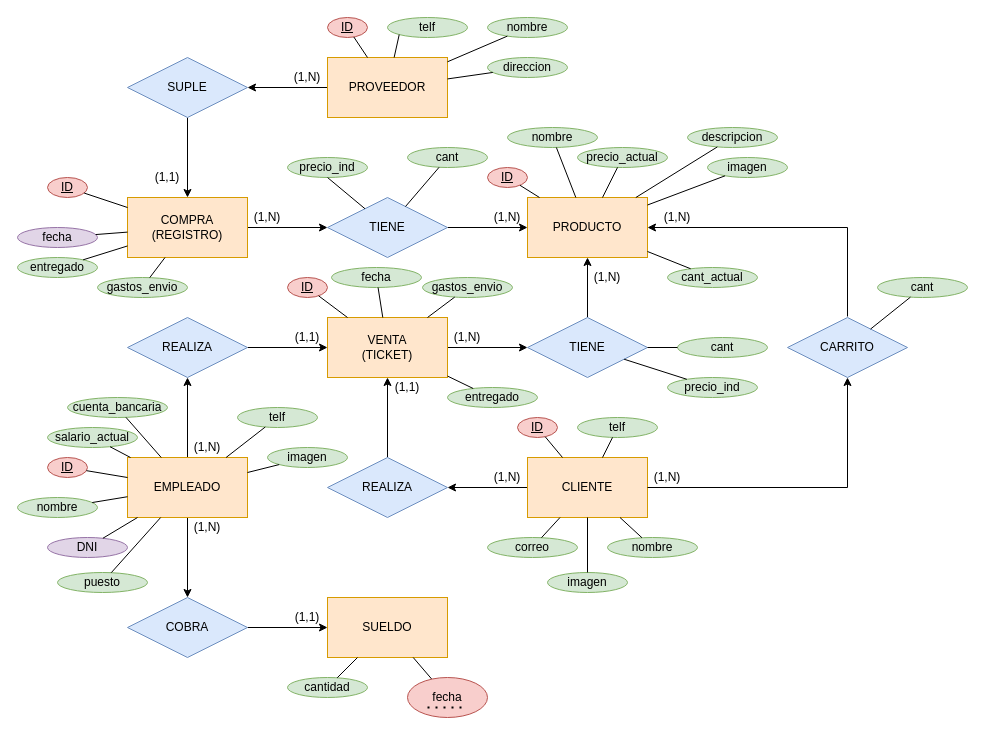
AntonioCrespo2605/2DAM keeps this draw.io diagram as Proyectos Android Studio/ERP/mereERP.drawio. Above is the earlier version. Source tidied: cells renumbered, new cells numbered last; positions are measured from the earlier drawing's top-left corner, leaving out a move shared by most shapes. Both pictures are drawn from the tidied source at 100%, with x=0, y=0 at pixel (17, 17).
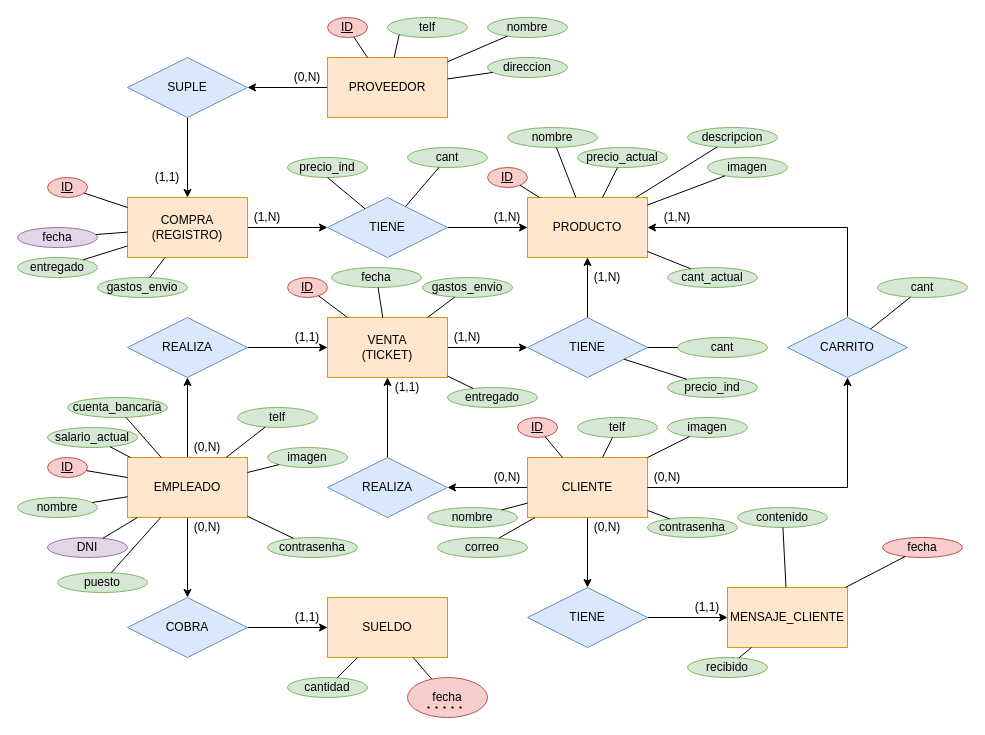
The same diagram, later.

Unchanged cells that the change refers to:
```xml
<mxCell id="8" value="CLIENTE" style="rounded=0;whiteSpace=wrap;html=1;fillColor=#ffe6cc;strokeColor=#d79b00;" parent="1" vertex="1">
  <mxGeometry x="510" y="440" width="120" height="60" as="geometry" />
</mxCell>
<mxCell id="11" value="EMPLEADO" style="rounded=0;whiteSpace=wrap;html=1;fillColor=#ffe6cc;strokeColor=#d79b00;" parent="1" vertex="1">
  <mxGeometry x="110" y="440" width="120" height="60" as="geometry" />
</mxCell>
```

Diff of the diagram source:
```diff
@@
+    <mxCell id="124" style="edgeStyle=orthogonalEdgeStyle;rounded=0;jettySize=auto;html=1;entryX=0.5;entryY=0;entryDx=0;entryDy=0;" parent="1" edge="1" source="8" target="127">
+      <mxGeometry relative="1" as="geometry" />
+    </mxCell>
@@
-    <mxCell id="38" value="(1,N)" style="text;html=1;strokeColor=none;fillColor=none;align=center;verticalAlign=middle;whiteSpace=wrap;rounded=0;" parent="1" vertex="1">
+    <mxCell id="38" value="(0,N)" style="text;html=1;strokeColor=none;fillColor=none;align=center;verticalAlign=middle;whiteSpace=wrap;rounded=0;" parent="1" vertex="1">
       <mxGeometry x="270" y="50" width="40" height="20" as="geometry" />
     </mxCell>
@@
-    <mxCell id="71" value="(1,N)" style="text;html=1;strokeColor=none;fillColor=none;align=center;verticalAlign=middle;whiteSpace=wrap;rounded=0;" parent="1" vertex="1">
+    <mxCell id="71" value="(0,N)" style="text;html=1;strokeColor=none;fillColor=none;align=center;verticalAlign=middle;whiteSpace=wrap;rounded=0;" parent="1" vertex="1">
       <mxGeometry x="170" y="420" width="40" height="20" as="geometry" />
     </mxCell>
@@
-    <mxCell id="77" value="(1,N)" style="text;html=1;strokeColor=none;fillColor=none;align=center;verticalAlign=middle;whiteSpace=wrap;rounded=0;" parent="1" vertex="1">
+    <mxCell id="77" value="(0,N)" style="text;html=1;strokeColor=none;fillColor=none;align=center;verticalAlign=middle;whiteSpace=wrap;rounded=0;" parent="1" vertex="1">
       <mxGeometry x="470" y="450" width="40" height="20" as="geometry" />
     </mxCell>
@@
-    <mxCell id="90" value="(1,N)" style="text;html=1;strokeColor=none;fillColor=none;align=center;verticalAlign=middle;whiteSpace=wrap;rounded=0;" parent="1" vertex="1">
+    <mxCell id="90" value="(0,N)" style="text;html=1;strokeColor=none;fillColor=none;align=center;verticalAlign=middle;whiteSpace=wrap;rounded=0;" parent="1" vertex="1">
       <mxGeometry x="170" y="500" width="40" height="20" as="geometry" />
     </mxCell>
@@
     <mxCell id="94" value="nombre" style="ellipse;whiteSpace=wrap;html=1;align=center;fillColor=#d5e8d4;strokeColor=#82b366;" parent="1" vertex="1">
-      <mxGeometry x="590" y="520" width="90" height="20" as="geometry" />
+      <mxGeometry x="410" y="490" width="90" height="20" as="geometry" />
     </mxCell>
@@
     <mxCell id="96" value="correo" style="ellipse;whiteSpace=wrap;html=1;align=center;fillColor=#d5e8d4;strokeColor=#82b366;" parent="1" vertex="1">
-      <mxGeometry x="470" y="520" width="90" height="20" as="geometry" />
+      <mxGeometry x="420" y="520" width="90" height="20" as="geometry" />
     </mxCell>
@@
-    <mxCell id="114" value="(1,N)" style="text;html=1;strokeColor=none;fillColor=none;align=center;verticalAlign=middle;whiteSpace=wrap;rounded=0;" parent="1" vertex="1">
+    <mxCell id="114" value="(0,N)" style="text;html=1;strokeColor=none;fillColor=none;align=center;verticalAlign=middle;whiteSpace=wrap;rounded=0;" parent="1" vertex="1">
       <mxGeometry x="630" y="450" width="40" height="20" as="geometry" />
     </mxCell>
@@
     <mxCell id="118" value="imagen" style="ellipse;whiteSpace=wrap;html=1;align=center;fillColor=#d5e8d4;strokeColor=#82b366;" parent="1" vertex="1">
-      <mxGeometry x="530" y="555" width="80" height="20" as="geometry" />
+      <mxGeometry x="650" y="400" width="80" height="20" as="geometry" />
     </mxCell>
@@
+    <mxCell id="125" value="MENSAJE_CLIENTE" style="rounded=0;whiteSpace=wrap;html=1;fillColor=#ffe6cc;strokeColor=#d79b00;" parent="1" vertex="1">
+      <mxGeometry x="710" y="570" width="120" height="60" as="geometry" />
+    </mxCell>
+    <mxCell id="126" style="edgeStyle=orthogonalEdgeStyle;rounded=0;jettySize=auto;html=1;" parent="1" edge="1" source="127" target="125">
+      <mxGeometry relative="1" as="geometry" />
+    </mxCell>
+    <mxCell id="127" value="TIENE" style="rhombus;whiteSpace=wrap;html=1;fillColor=#dae8fc;strokeColor=#6c8ebf;" parent="1" vertex="1">
+      <mxGeometry x="510" y="570" width="120" height="60" as="geometry" />
+    </mxCell>
+    <mxCell id="128" value="(0,N)" style="text;html=1;strokeColor=none;fillColor=none;align=center;verticalAlign=middle;whiteSpace=wrap;rounded=0;" parent="1" vertex="1">
+      <mxGeometry x="570" y="500" width="40" height="20" as="geometry" />
+    </mxCell>
+    <mxCell id="129" value="(1,1)" style="text;html=1;strokeColor=none;fillColor=none;align=center;verticalAlign=middle;whiteSpace=wrap;rounded=0;" parent="1" vertex="1">
+      <mxGeometry x="670" y="580" width="40" height="20" as="geometry" />
+    </mxCell>
+    <mxCell id="130" value="contenido" style="ellipse;whiteSpace=wrap;html=1;align=center;fillColor=#d5e8d4;strokeColor=#82b366;" parent="1" vertex="1">
+      <mxGeometry x="720" y="490" width="90" height="20" as="geometry" />
+    </mxCell>
+    <mxCell id="131" value="fecha" style="ellipse;whiteSpace=wrap;html=1;align=center;fillColor=#f8cecc;strokeColor=#b85450;" parent="1" vertex="1">
+      <mxGeometry x="865" y="520" width="80" height="20" as="geometry" />
+    </mxCell>
+    <mxCell id="132" value="recibido" style="ellipse;whiteSpace=wrap;html=1;align=center;fillColor=#d5e8d4;strokeColor=#82b366;" parent="1" vertex="1">
+      <mxGeometry x="670" y="640" width="80" height="20" as="geometry" />
+    </mxCell>
+    <mxCell id="133" style="endArrow=none;html=1;" parent="1" edge="1" source="130" target="125">
+      <mxGeometry relative="1" as="geometry" />
+    </mxCell>
+    <mxCell id="134" style="endArrow=none;html=1;" parent="1" edge="1" source="132" target="125">
+      <mxGeometry relative="1" as="geometry" />
+    </mxCell>
+    <mxCell id="135" style="endArrow=none;html=1;" parent="1" edge="1" source="131" target="125">
+      <mxGeometry relative="1" as="geometry" />
+    </mxCell>
+    <mxCell id="136" value="contrasenha" style="ellipse;whiteSpace=wrap;html=1;align=center;fillColor=#d5e8d4;strokeColor=#82b366;" parent="1" vertex="1">
+      <mxGeometry x="250" y="520" width="90" height="20" as="geometry" />
+    </mxCell>
+    <mxCell id="137" style="endArrow=none;html=1;" parent="1" edge="1" source="11" target="136">
+      <mxGeometry relative="1" as="geometry" />
+    </mxCell>
+    <mxCell id="138" value="contrasenha" style="ellipse;whiteSpace=wrap;html=1;align=center;fillColor=#d5e8d4;strokeColor=#82b366;" parent="1" vertex="1">
+      <mxGeometry x="630" y="500" width="90" height="20" as="geometry" />
+    </mxCell>
+    <mxCell id="139" style="endArrow=none;html=1;" parent="1" edge="1" source="138" target="8">
+      <mxGeometry relative="1" as="geometry" />
+    </mxCell>
```
